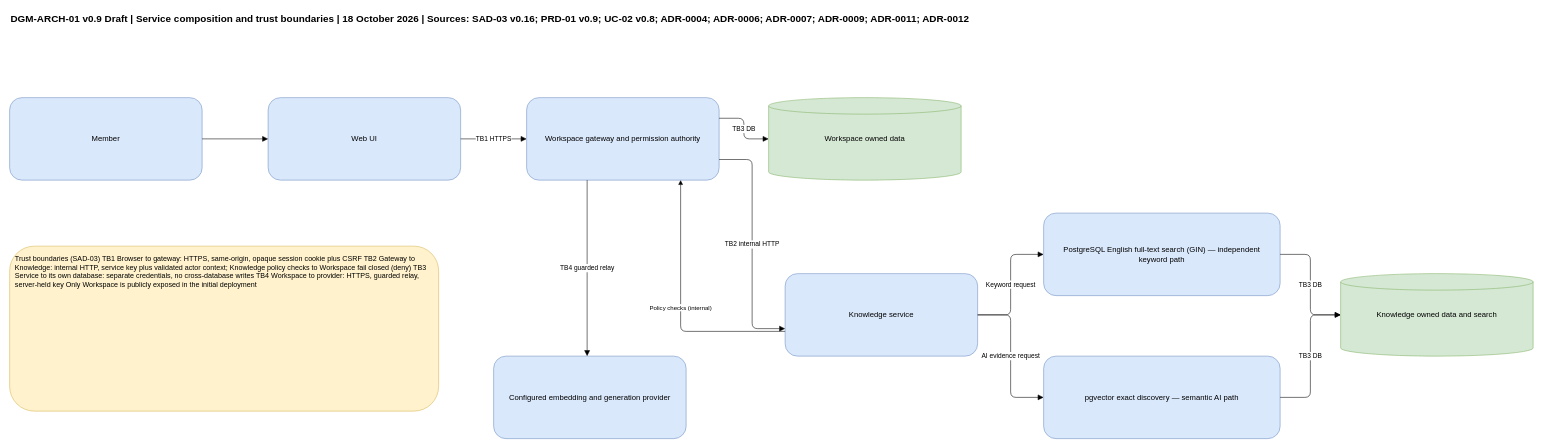
900M100CK/scrum-workspace-KMS-ai keeps this draw.io diagram as docs/sdlc/diagrams/architecture/service-composition.drawio. Above is the earlier version. Source tidied: cells renumbered, new cells numbered last; positions are measured from the earlier drawing's top-left corner, leaving out a move shared by most shapes. Both pictures are drawn from the tidied source at 55%, with x=0, y=0 at pixel (9, 9).
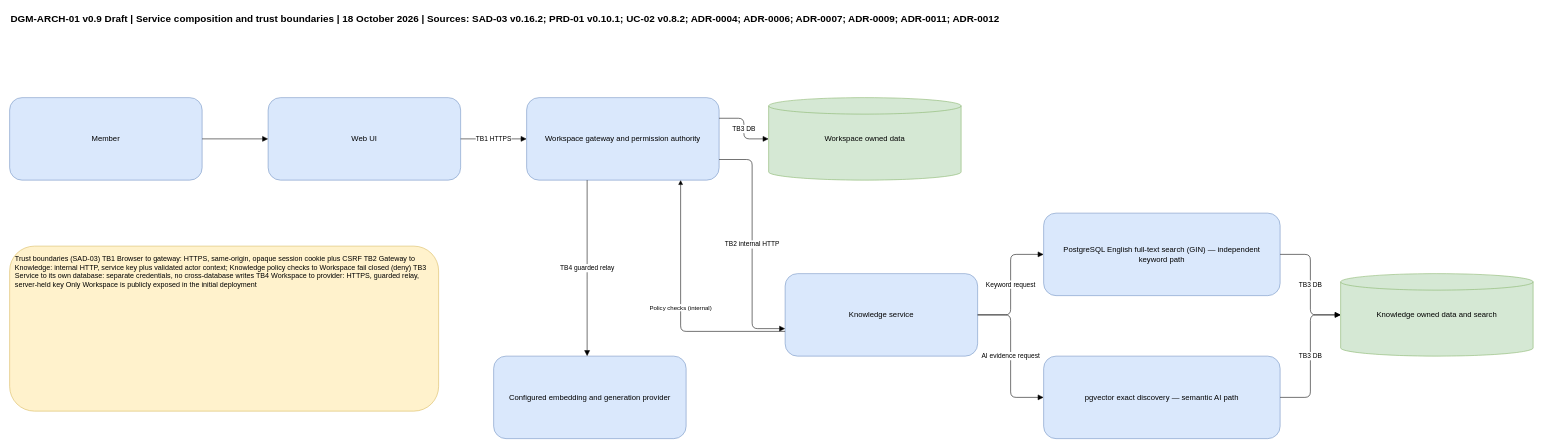
Above is the later version.

Diff of the diagram source:
```diff
@@
-    <mxCell id="2" value="DGM-ARCH-01 v0.9 Draft | Service composition and trust boundaries | 18 October 2026 | Sources: SAD-03 v0.16; PRD-01 v0.9; UC-02 v0.8; ADR-0004; ADR-0006; ADR-0007; ADR-0009; ADR-0011; ADR-0012" style="text;html=1;whiteSpace=wrap;fontSize=18;fontStyle=1;align=left;" parent="1" vertex="1">
+    <mxCell id="2" value="DGM-ARCH-01 v0.9 Draft | Service composition and trust boundaries | 18 October 2026 | Sources: SAD-03 v0.16.2; PRD-01 v0.10.1; UC-02 v0.8.2; ADR-0004; ADR-0006; ADR-0007; ADR-0009; ADR-0011; ADR-0012" style="text;html=1;whiteSpace=wrap;fontSize=18;fontStyle=1;align=left;" parent="1" vertex="1">
       <mxGeometry width="2700" height="100" as="geometry" />
     </mxCell>
```
